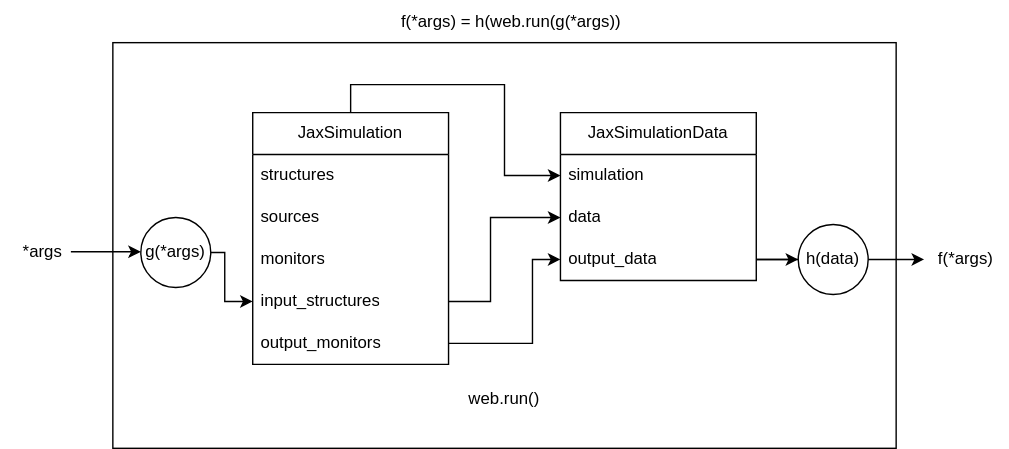
This is docs/source/notebooks/img/AdjointPipeline.svg from flexcompute-readthedocs/tidy3d-docs, a draw.io export, as it was before one commit. Source tidied: cells renumbered, new cells last; positions are measured from the earlier drawing's top-left corner, leaving out a move shared by most shapes.
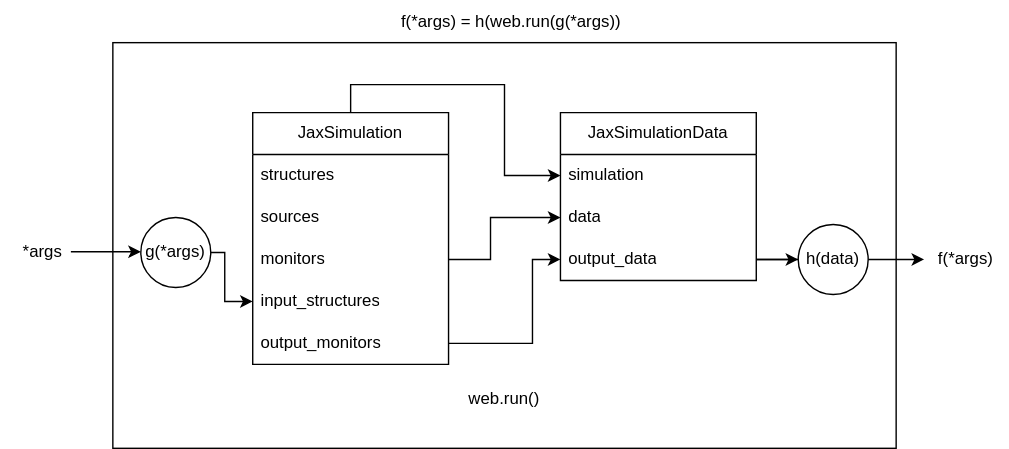
The same file after the commit.

Change to the diagram source:
```diff
@@ -46,10 +46,10 @@
         </Array>
       </mxGeometry>
     </mxCell>
-    <mxCell id="15" style="edgeStyle=orthogonalEdgeStyle;rounded=0;jettySize=auto;html=1;exitX=1;exitY=0.5;exitDx=0;exitDy=0;entryX=0;entryY=0.5;entryDx=0;entryDy=0;" parent="1" edge="1" source="8" target="12">
+    <mxCell id="15" style="edgeStyle=orthogonalEdgeStyle;rounded=0;jettySize=auto;html=1;exitX=1;exitY=0.5;exitDx=0;exitDy=0;entryX=0;entryY=0.5;entryDx=0;entryDy=0;" parent="1" edge="1" source="7" target="12">
       <mxGeometry relative="1" as="geometry">
         <Array as="points">
-          <mxPoint x="350" y="215" />
+          <mxPoint x="350" y="185" />
           <mxPoint x="350" y="155" />
         </Array>
       </mxGeometry>
```
